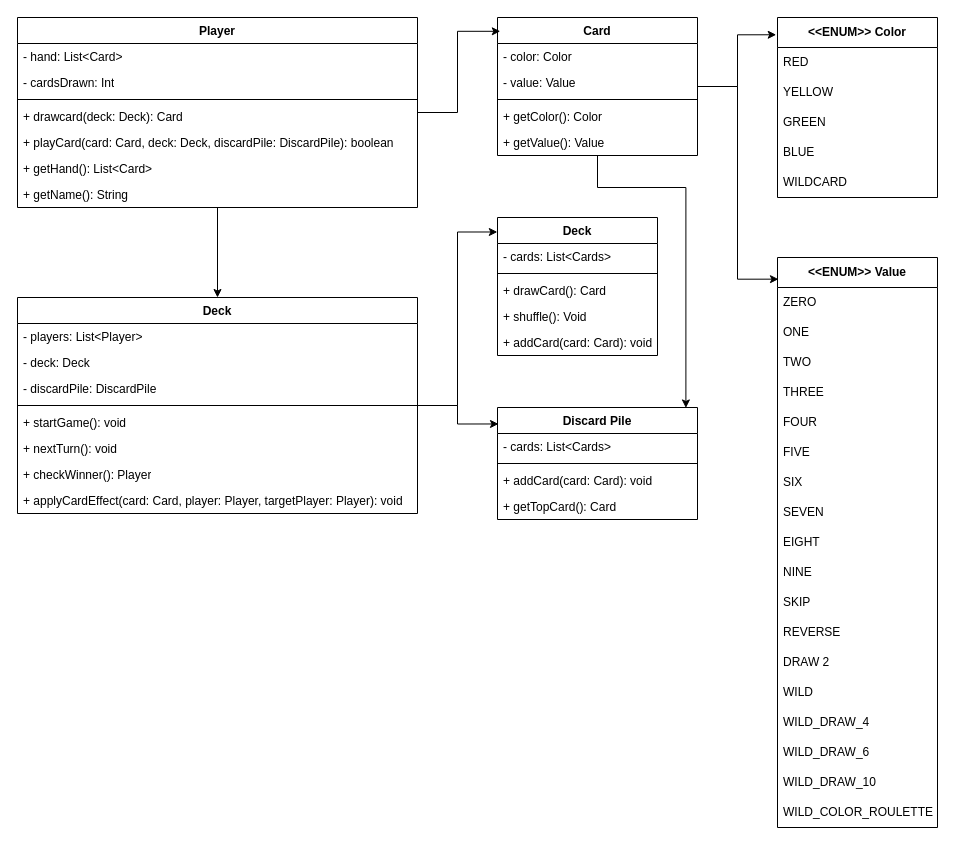
Earlier version of the draw.io diagram page "Page-1" (1 of 2) of JavaRiceUML.drawio (TLEV6500/CSIT228-F2_Capstone_JavaRice). Source tidied: cells renumbered, new cells numbered last; positions are measured from the earlier drawing's top-left corner, leaving out a move shared by most shapes. Both pictures are drawn from the tidied source at 100%, with x=0, y=0 at pixel (17, 17).
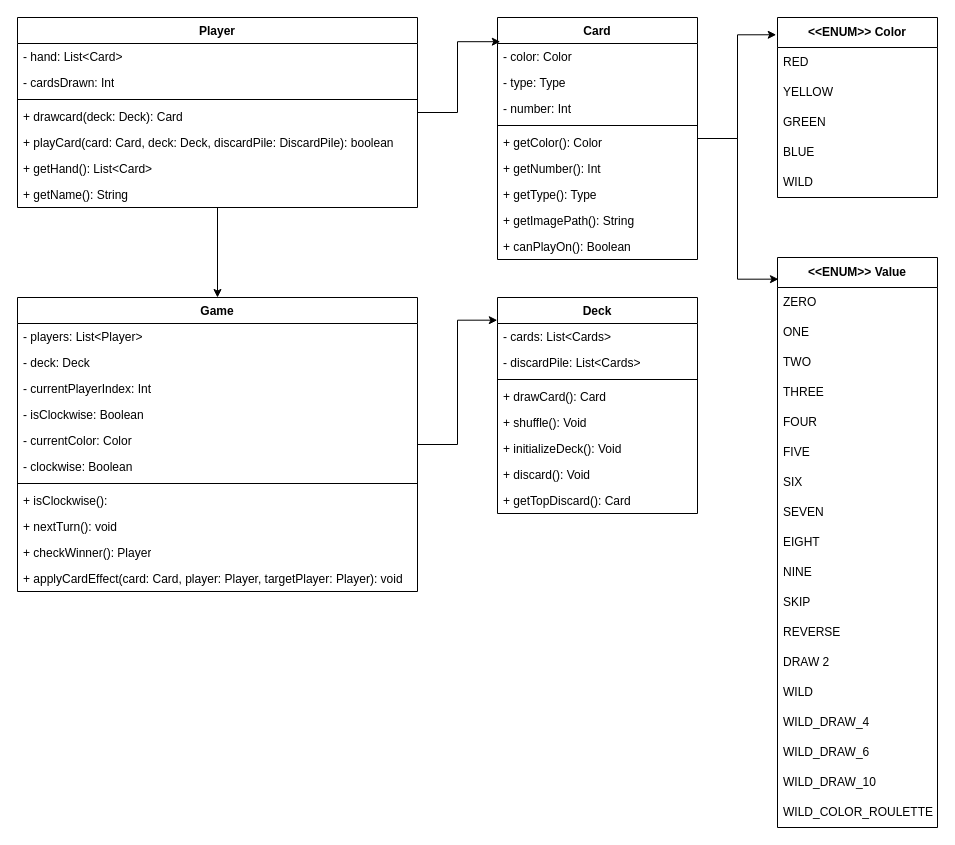
After the change.

Unchanged cells that the change refers to:
```xml
<mxCell id="17" value="&lt;span style=&quot;font-weight: 700;&quot;&gt;&amp;lt;&amp;lt;ENUM&amp;gt;&amp;gt; Color&lt;/span&gt;" style="swimlane;fontStyle=0;horizontal=1;startSize=30;whiteSpace=wrap;html=1;" parent="1" vertex="1">
  <mxGeometry x="760" width="160" height="180" as="geometry" />
</mxCell>
```

Diff of the diagram source:
```diff
@@
     <mxCell id="11" value="Card" style="swimlane;fontStyle=1;align=center;verticalAlign=top;horizontal=1;startSize=26;whiteSpace=wrap;html=1;" parent="1" vertex="1">
-      <mxGeometry x="480" width="200" height="138" as="geometry" />
+      <mxGeometry x="480" width="200" height="242" as="geometry" />
     </mxCell>
@@
+    <mxCell id="68" value="- type: Type" style="text;strokeColor=none;fillColor=none;align=left;verticalAlign=top;spacingLeft=4;spacingRight=4;overflow=hidden;whiteSpace=wrap;html=1;" parent="11" vertex="1">
+      <mxGeometry y="52" width="200" height="26" as="geometry" />
+    </mxCell>
-    <mxCell id="13" value="- value: Value" style="text;strokeColor=none;fillColor=none;align=left;verticalAlign=top;spacingLeft=4;spacingRight=4;overflow=hidden;whiteSpace=wrap;html=1;" parent="11" vertex="1">
-      <mxGeometry y="52" width="200" height="26" as="geometry" />
+    <mxCell id="13" value="- number: Int" style="text;strokeColor=none;fillColor=none;align=left;verticalAlign=top;spacingLeft=4;spacingRight=4;overflow=hidden;whiteSpace=wrap;html=1;" parent="11" vertex="1">
+      <mxGeometry y="78" width="200" height="26" as="geometry" />
     </mxCell>
     <mxCell id="14" style="line;strokeWidth=1;fillColor=none;align=left;verticalAlign=middle;spacingTop=-1;spacingLeft=3;spacingRight=3;labelPosition=right;strokeColor=inherit;" parent="11" vertex="1">
-      <mxGeometry y="78" width="200" height="8" as="geometry" />
+      <mxGeometry y="104" width="200" height="8" as="geometry" />
     </mxCell>
     <mxCell id="15" value="+ getColor(): Color" style="text;strokeColor=none;fillColor=none;align=left;verticalAlign=top;spacingLeft=4;spacingRight=4;overflow=hidden;whiteSpace=wrap;html=1;" parent="11" vertex="1">
-      <mxGeometry y="86" width="200" height="26" as="geometry" />
+      <mxGeometry y="112" width="200" height="26" as="geometry" />
     </mxCell>
-    <mxCell id="16" value="+ getValue(): Value" style="text;strokeColor=none;fillColor=none;align=left;verticalAlign=top;spacingLeft=4;spacingRight=4;overflow=hidden;whiteSpace=wrap;html=1;" parent="11" vertex="1">
-      <mxGeometry y="112" width="200" height="26" as="geometry" />
+    <mxCell id="16" value="+ getNumber(): Int" style="text;strokeColor=none;fillColor=none;align=left;verticalAlign=top;spacingLeft=4;spacingRight=4;overflow=hidden;whiteSpace=wrap;html=1;" parent="11" vertex="1">
+      <mxGeometry y="138" width="200" height="26" as="geometry" />
     </mxCell>
+    <mxCell id="69" value="+ getType(): Type" style="text;strokeColor=none;fillColor=none;align=left;verticalAlign=top;spacingLeft=4;spacingRight=4;overflow=hidden;whiteSpace=wrap;html=1;" parent="11" vertex="1">
+      <mxGeometry y="164" width="200" height="26" as="geometry" />
+    </mxCell>
+    <mxCell id="70" value="+ getImagePath(): String" style="text;strokeColor=none;fillColor=none;align=left;verticalAlign=top;spacingLeft=4;spacingRight=4;overflow=hidden;whiteSpace=wrap;html=1;" parent="11" vertex="1">
+      <mxGeometry y="190" width="200" height="26" as="geometry" />
+    </mxCell>
+    <mxCell id="71" value="+ canPlayOn(): Boolean" style="text;strokeColor=none;fillColor=none;align=left;verticalAlign=top;spacingLeft=4;spacingRight=4;overflow=hidden;whiteSpace=wrap;html=1;" parent="11" vertex="1">
+      <mxGeometry y="216" width="200" height="26" as="geometry" />
+    </mxCell>
@@
-    <mxCell id="22" value="WILDCARD" style="text;strokeColor=none;fillColor=none;align=left;verticalAlign=middle;spacingLeft=4;spacingRight=4;overflow=hidden;whiteSpace=wrap;html=1;" parent="17" vertex="1">
+    <mxCell id="22" value="WILD" style="text;strokeColor=none;fillColor=none;align=left;verticalAlign=middle;spacingLeft=4;spacingRight=4;overflow=hidden;whiteSpace=wrap;html=1;" parent="17" vertex="1">
       <mxGeometry y="150" width="160" height="30" as="geometry" />
     </mxCell>
@@
     <mxCell id="42" value="Deck" style="swimlane;fontStyle=1;align=center;verticalAlign=top;horizontal=1;startSize=26;whiteSpace=wrap;html=1;" parent="1" vertex="1">
-      <mxGeometry x="480" y="200" width="160" height="138" as="geometry" />
+      <mxGeometry x="480" y="280" width="200" height="216" as="geometry" />
     </mxCell>
+    <mxCell id="58" value="- cards: List&amp;lt;Cards&amp;gt;" style="text;strokeColor=none;fillColor=none;align=left;verticalAlign=top;spacingLeft=4;spacingRight=4;overflow=hidden;whiteSpace=wrap;html=1;" parent="42" vertex="1">
+      <mxGeometry y="26" width="200" height="26" as="geometry" />
+    </mxCell>
-    <mxCell id="43" value="- cards: List&amp;lt;Cards&amp;gt;" style="text;strokeColor=none;fillColor=none;align=left;verticalAlign=top;spacingLeft=4;spacingRight=4;overflow=hidden;whiteSpace=wrap;html=1;" parent="42" vertex="1">
-      <mxGeometry y="26" width="160" height="26" as="geometry" />
+    <mxCell id="43" value="- discardPile: List&amp;lt;Cards&amp;gt;" style="text;strokeColor=none;fillColor=none;align=left;verticalAlign=top;spacingLeft=4;spacingRight=4;overflow=hidden;whiteSpace=wrap;html=1;" parent="42" vertex="1">
+      <mxGeometry y="52" width="200" height="26" as="geometry" />
     </mxCell>
     <mxCell id="44" style="line;strokeWidth=1;fillColor=none;align=left;verticalAlign=middle;spacingTop=-1;spacingLeft=3;spacingRight=3;labelPosition=right;strokeColor=inherit;" parent="42" vertex="1">
-      <mxGeometry y="52" width="160" height="8" as="geometry" />
+      <mxGeometry y="78" width="200" height="8" as="geometry" />
     </mxCell>
     <mxCell id="45" value="+ drawCard(): Card" style="text;strokeColor=none;fillColor=none;align=left;verticalAlign=top;spacingLeft=4;spacingRight=4;overflow=hidden;whiteSpace=wrap;html=1;" parent="42" vertex="1">
-      <mxGeometry y="60" width="160" height="26" as="geometry" />
+      <mxGeometry y="86" width="200" height="26" as="geometry" />
     </mxCell>
     <mxCell id="46" value="+ shuffle(): Void" style="text;strokeColor=none;fillColor=none;align=left;verticalAlign=top;spacingLeft=4;spacingRight=4;overflow=hidden;whiteSpace=wrap;html=1;" parent="42" vertex="1">
-      <mxGeometry y="86" width="160" height="26" as="geometry" />
+      <mxGeometry y="112" width="200" height="26" as="geometry" />
     </mxCell>
-    <mxCell id="47" value="+ addCard(card: Card): void" style="text;strokeColor=none;fillColor=none;align=left;verticalAlign=top;spacingLeft=4;spacingRight=4;overflow=hidden;whiteSpace=wrap;html=1;" parent="42" vertex="1">
-      <mxGeometry y="112" width="160" height="26" as="geometry" />
+    <mxCell id="47" value="+ initializeDeck(): Void" style="text;strokeColor=none;fillColor=none;align=left;verticalAlign=top;spacingLeft=4;spacingRight=4;overflow=hidden;whiteSpace=wrap;html=1;" parent="42" vertex="1">
+      <mxGeometry y="138" width="200" height="26" as="geometry" />
     </mxCell>
+    <mxCell id="72" value="+ discard(): Void" style="text;strokeColor=none;fillColor=none;align=left;verticalAlign=top;spacingLeft=4;spacingRight=4;overflow=hidden;whiteSpace=wrap;html=1;" parent="42" vertex="1">
+      <mxGeometry y="164" width="200" height="26" as="geometry" />
+    </mxCell>
+    <mxCell id="73" value="+ getTopDiscard(): Card" style="text;strokeColor=none;fillColor=none;align=left;verticalAlign=top;spacingLeft=4;spacingRight=4;overflow=hidden;whiteSpace=wrap;html=1;" parent="42" vertex="1">
+      <mxGeometry y="190" width="200" height="26" as="geometry" />
+    </mxCell>
-    <mxCell id="48" value="Deck" style="swimlane;fontStyle=1;align=center;verticalAlign=top;horizontal=1;startSize=26;whiteSpace=wrap;html=1;" parent="1" vertex="1">
-      <mxGeometry y="280" width="400" height="216" as="geometry" />
+    <mxCell id="48" value="Game" style="swimlane;fontStyle=1;align=center;verticalAlign=top;horizontal=1;startSize=26;whiteSpace=wrap;html=1;" parent="1" vertex="1">
+      <mxGeometry y="280" width="400" height="294" as="geometry" />
     </mxCell>
@@
-    <mxCell id="51" value="- discardPile: DiscardPile" style="text;strokeColor=none;fillColor=none;align=left;verticalAlign=top;spacingLeft=4;spacingRight=4;overflow=hidden;whiteSpace=wrap;html=1;" parent="48" vertex="1">
-      <mxGeometry y="78" width="400" height="26" as="geometry" />
-    </mxCell>
+    <mxCell id="74" value="- currentPlayerIndex: Int" style="text;strokeColor=none;fillColor=none;align=left;verticalAlign=top;spacingLeft=4;spacingRight=4;overflow=hidden;whiteSpace=wrap;html=1;" parent="48" vertex="1">
+      <mxGeometry y="78" width="400" height="26" as="geometry" />
+    </mxCell>
+    <mxCell id="75" value="- isClockwise: Boolean" style="text;strokeColor=none;fillColor=none;align=left;verticalAlign=top;spacingLeft=4;spacingRight=4;overflow=hidden;whiteSpace=wrap;html=1;" parent="48" vertex="1">
+      <mxGeometry y="104" width="400" height="26" as="geometry" />
+    </mxCell>
+    <mxCell id="76" value="- currentColor: Color" style="text;strokeColor=none;fillColor=none;align=left;verticalAlign=top;spacingLeft=4;spacingRight=4;overflow=hidden;whiteSpace=wrap;html=1;" parent="48" vertex="1">
+      <mxGeometry y="130" width="400" height="26" as="geometry" />
+    </mxCell>
+    <mxCell id="77" value="- clockwise: Boolean" style="text;strokeColor=none;fillColor=none;align=left;verticalAlign=top;spacingLeft=4;spacingRight=4;overflow=hidden;whiteSpace=wrap;html=1;" parent="48" vertex="1">
+      <mxGeometry y="156" width="400" height="26" as="geometry" />
+    </mxCell>
     <mxCell id="52" style="line;strokeWidth=1;fillColor=none;align=left;verticalAlign=middle;spacingTop=-1;spacingLeft=3;spacingRight=3;labelPosition=right;strokeColor=inherit;" parent="48" vertex="1">
-      <mxGeometry y="104" width="400" height="8" as="geometry" />
+      <mxGeometry y="182" width="400" height="8" as="geometry" />
     </mxCell>
-    <mxCell id="53" value="+ startGame(): void" style="text;strokeColor=none;fillColor=none;align=left;verticalAlign=top;spacingLeft=4;spacingRight=4;overflow=hidden;whiteSpace=wrap;html=1;" parent="48" vertex="1">
-      <mxGeometry y="112" width="400" height="26" as="geometry" />
+    <mxCell id="53" value="+ isClockwise():" style="text;strokeColor=none;fillColor=none;align=left;verticalAlign=top;spacingLeft=4;spacingRight=4;overflow=hidden;whiteSpace=wrap;html=1;" parent="48" vertex="1">
+      <mxGeometry y="190" width="400" height="26" as="geometry" />
     </mxCell>
     <mxCell id="54" value="+ nextTurn(): void" style="text;strokeColor=none;fillColor=none;align=left;verticalAlign=top;spacingLeft=4;spacingRight=4;overflow=hidden;whiteSpace=wrap;html=1;" parent="48" vertex="1">
-      <mxGeometry y="138" width="400" height="26" as="geometry" />
+      <mxGeometry y="216" width="400" height="26" as="geometry" />
     </mxCell>
     <mxCell id="55" value="+ checkWinner(): Player" style="text;strokeColor=none;fillColor=none;align=left;verticalAlign=top;spacingLeft=4;spacingRight=4;overflow=hidden;whiteSpace=wrap;html=1;" parent="48" vertex="1">
-      <mxGeometry y="164" width="400" height="26" as="geometry" />
+      <mxGeometry y="242" width="400" height="26" as="geometry" />
     </mxCell>
     <mxCell id="56" value="+ applyCardEffect(card: Card, player:&amp;nbsp;Player, targetPlayer: Player): void" style="text;strokeColor=none;fillColor=none;align=left;verticalAlign=top;spacingLeft=4;spacingRight=4;overflow=hidden;whiteSpace=wrap;html=1;" parent="48" vertex="1">
-      <mxGeometry y="190" width="400" height="26" as="geometry" />
+      <mxGeometry y="268" width="400" height="26" as="geometry" />
     </mxCell>
-    <mxCell id="57" value="Discard Pile" style="swimlane;fontStyle=1;align=center;verticalAlign=top;horizontal=1;startSize=26;whiteSpace=wrap;html=1;" parent="1" vertex="1">
-      <mxGeometry x="480" y="390" width="200" height="112" as="geometry" />
-    </mxCell>
-    <mxCell id="58" value="- cards: List&amp;lt;Cards&amp;gt;" style="text;strokeColor=none;fillColor=none;align=left;verticalAlign=top;spacingLeft=4;spacingRight=4;overflow=hidden;whiteSpace=wrap;html=1;" parent="57" vertex="1">
-      <mxGeometry y="26" width="200" height="26" as="geometry" />
-    </mxCell>
-    <mxCell id="59" style="line;strokeWidth=1;fillColor=none;align=left;verticalAlign=middle;spacingTop=-1;spacingLeft=3;spacingRight=3;labelPosition=right;strokeColor=inherit;" parent="57" vertex="1">
-      <mxGeometry y="52" width="200" height="8" as="geometry" />
-    </mxCell>
-    <mxCell id="60" value="+ addCard(card: Card): void" style="text;strokeColor=none;fillColor=none;align=left;verticalAlign=top;spacingLeft=4;spacingRight=4;overflow=hidden;whiteSpace=wrap;html=1;" parent="57" vertex="1">
-      <mxGeometry y="60" width="200" height="26" as="geometry" />
-    </mxCell>
-    <mxCell id="61" value="+ getTopCard(): Card" style="text;strokeColor=none;fillColor=none;align=left;verticalAlign=top;spacingLeft=4;spacingRight=4;overflow=hidden;whiteSpace=wrap;html=1;" parent="57" vertex="1">
-      <mxGeometry y="86" width="200" height="26" as="geometry" />
-    </mxCell>
@@
-    <mxCell id="65" style="edgeStyle=orthogonalEdgeStyle;rounded=0;jettySize=auto;html=1;entryX=0.942;entryY=0.004;entryDx=0;entryDy=0;entryPerimeter=0;" parent="1" edge="1" source="11" target="57">
-      <mxGeometry relative="1" as="geometry">
-        <Array as="points">
-          <mxPoint x="580" y="170" />
-          <mxPoint x="668" y="170" />
-        </Array>
-      </mxGeometry>
-    </mxCell>
@@
-    <mxCell id="67" style="edgeStyle=orthogonalEdgeStyle;rounded=0;jettySize=auto;html=1;entryX=0.005;entryY=0.147;entryDx=0;entryDy=0;entryPerimeter=0;" parent="1" edge="1" source="48" target="57">
-      <mxGeometry relative="1" as="geometry" />
-    </mxCell>
```
